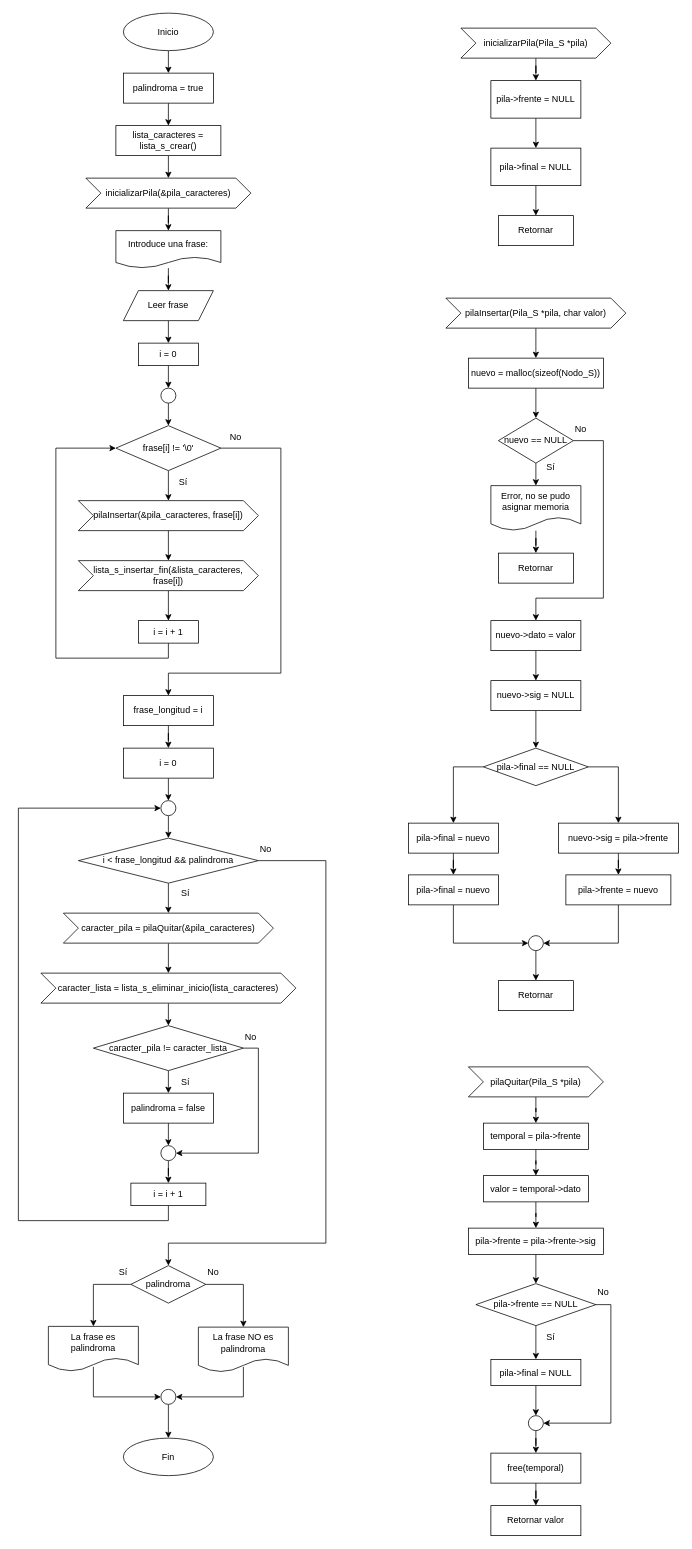
Before: fase1/actividad1/ej2/eje2.drawio in AADavilaGonzalez/tareas_ED, a draw.io diagram. Source tidied: cells renumbered, new cells numbered last; positions are measured from the earlier drawing's top-left corner, leaving out a move shared by most shapes. Both pictures are drawn from the tidied source at 75%, with x=0, y=0 at pixel (18, 13).
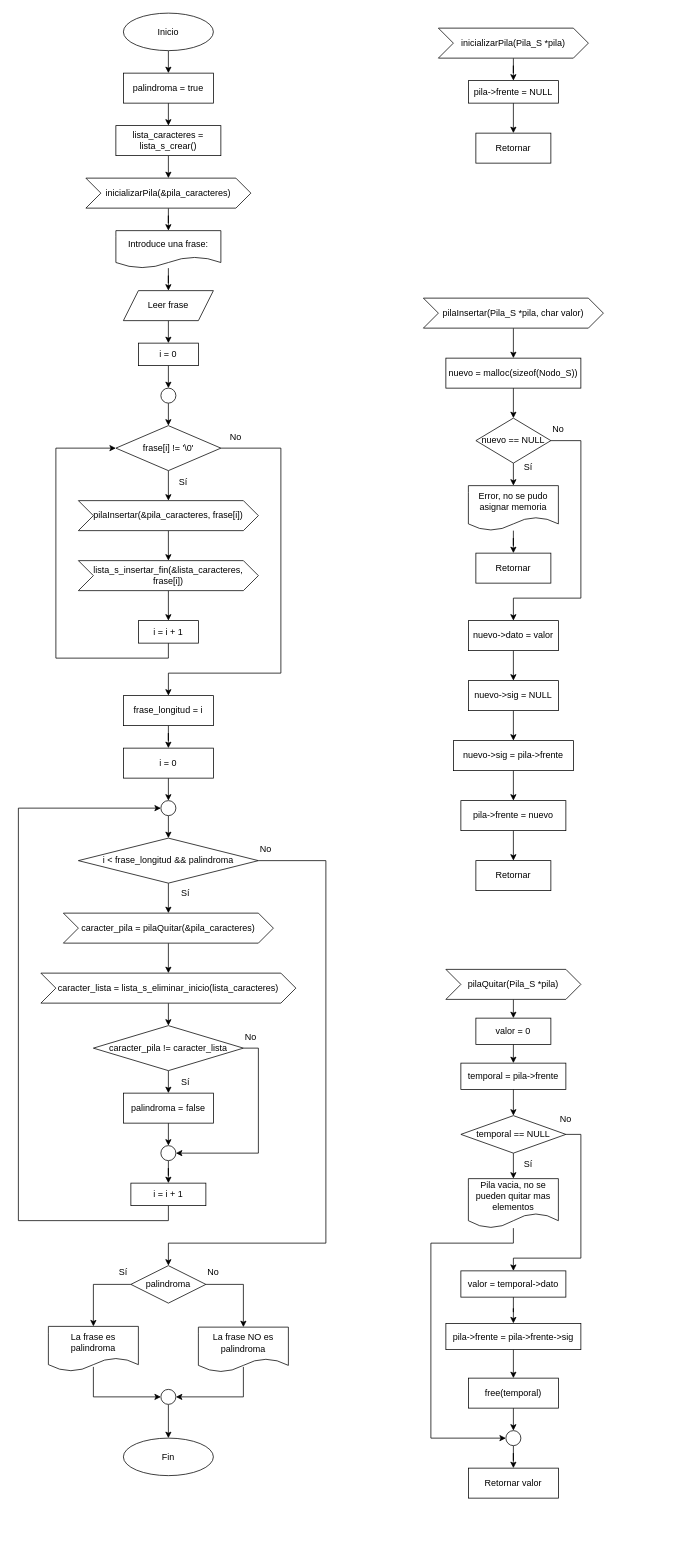
After the change.

Commit message (it also covers changes not shown here):
Ejercicio 2 arreglo diagramas y comentarios

Change to the diagram source:
```diff
@@
     <mxCell id="68" value="inicializarPila(Pila_S *pila)" style="shape=step;perimeter=stepPerimeter;whiteSpace=wrap;html=1;fixedSize=1;" parent="1" vertex="1">
-      <mxGeometry x="590" y="20" width="200" height="40" as="geometry" />
+      <mxGeometry x="560" y="20" width="200" height="40" as="geometry" />
     </mxCell>
-    <mxCell id="69" style="edgeStyle=orthogonalEdgeStyle;rounded=0;jettySize=auto;html=1;" parent="1" edge="1" source="70" target="72">
-      <mxGeometry relative="1" as="geometry" />
-    </mxCell>
+    <mxCell id="124" style="edgeStyle=orthogonalEdgeStyle;rounded=0;jettySize=auto;html=1;exitX=0.5;exitY=1;exitDx=0;exitDy=0;entryX=0.5;entryY=0;entryDx=0;entryDy=0;" parent="1" edge="1" source="70" target="73">
+      <mxGeometry relative="1" as="geometry" />
+    </mxCell>
     <mxCell id="70" value="pila-&amp;gt;frente = NULL" style="whiteSpace=wrap;html=1;" parent="1" vertex="1">
-      <mxGeometry x="630" y="90" width="120" height="50" as="geometry" />
+      <mxGeometry x="600" y="90" width="120" height="30" as="geometry" />
     </mxCell>
-    <mxCell id="71" style="edgeStyle=orthogonalEdgeStyle;rounded=0;jettySize=auto;html=1;" parent="1" edge="1" source="72" target="73">
-      <mxGeometry relative="1" as="geometry" />
-    </mxCell>
-    <mxCell id="72" value="pila-&amp;gt;final = NULL" style="whiteSpace=wrap;html=1;" parent="1" vertex="1">
-      <mxGeometry x="630" y="180" width="120" height="50" as="geometry" />
-    </mxCell>
     <mxCell id="73" value="Retornar" style="whiteSpace=wrap;html=1;" parent="1" vertex="1">
-      <mxGeometry x="640" y="270" width="100" height="40" as="geometry" />
+      <mxGeometry x="610" y="160" width="100" height="40" as="geometry" />
     </mxCell>
@@
     <mxCell id="75" value="pilaInsertar(Pila_S *pila, char valor)" style="shape=step;perimeter=stepPerimeter;whiteSpace=wrap;html=1;fixedSize=1;" parent="1" vertex="1">
-      <mxGeometry x="570" y="380" width="240" height="40" as="geometry" />
+      <mxGeometry x="540" y="380" width="240" height="40" as="geometry" />
     </mxCell>
@@
     <mxCell id="77" value="nuevo = malloc(sizeof(Nodo_S))" style="whiteSpace=wrap;html=1;" parent="1" vertex="1">
-      <mxGeometry x="600" y="460" width="180" height="40" as="geometry" />
+      <mxGeometry x="570" y="460" width="180" height="40" as="geometry" />
     </mxCell>
@@
     <mxCell id="79" style="edgeStyle=orthogonalEdgeStyle;rounded=0;jettySize=auto;html=1;exitX=1;exitY=0.5;exitDx=0;exitDy=0;entryX=0.5;entryY=0;entryDx=0;entryDy=0;" parent="1" edge="1" source="80" target="86">
       <mxGeometry relative="1" as="geometry">
         <Array as="points">
-          <mxPoint x="780" y="570" />
-          <mxPoint x="780" y="780" />
-          <mxPoint x="690" y="780" />
+          <mxPoint x="750" y="570" />
+          <mxPoint x="750" y="780" />
+          <mxPoint x="660" y="780" />
         </Array>
       </mxGeometry>
     </mxCell>
     <mxCell id="80" value="nuevo == NULL" style="rhombus;whiteSpace=wrap;html=1;" parent="1" vertex="1">
-      <mxGeometry x="640" y="540" width="100" height="60" as="geometry" />
+      <mxGeometry x="610" y="540" width="100" height="60" as="geometry" />
     </mxCell>
@@
     <mxCell id="82" value="Error, no se pudo asignar memoria" style="shape=document;whiteSpace=wrap;html=1;boundedLbl=1;" parent="1" vertex="1">
-      <mxGeometry x="630" y="630" width="120" height="60" as="geometry" />
+      <mxGeometry x="600" y="630" width="120" height="60" as="geometry" />
     </mxCell>
     <mxCell id="83" value="Retornar" style="whiteSpace=wrap;html=1;" parent="1" vertex="1">
-      <mxGeometry x="640" y="720" width="100" height="40" as="geometry" />
+      <mxGeometry x="610" y="720" width="100" height="40" as="geometry" />
     </mxCell>
     <mxCell id="84" value="Sí" style="text;html=1;align=center;verticalAlign=middle;whiteSpace=wrap;rounded=0;" parent="1" vertex="1">
-      <mxGeometry x="680" y="590" width="60" height="30" as="geometry" />
+      <mxGeometry x="650" y="590" width="60" height="30" as="geometry" />
     </mxCell>
@@
     <mxCell id="86" value="nuevo-&amp;gt;dato = valor" style="rounded=0;whiteSpace=wrap;html=1;" parent="1" vertex="1">
-      <mxGeometry x="630" y="810" width="120" height="40" as="geometry" />
+      <mxGeometry x="600" y="810" width="120" height="40" as="geometry" />
     </mxCell>
     <mxCell id="87" value="No" style="text;html=1;align=center;verticalAlign=middle;whiteSpace=wrap;rounded=0;" parent="1" vertex="1">
-      <mxGeometry x="720" y="540" width="60" height="30" as="geometry" />
+      <mxGeometry x="690" y="540" width="60" height="30" as="geometry" />
     </mxCell>
-    <mxCell id="88" style="edgeStyle=orthogonalEdgeStyle;rounded=0;jettySize=auto;html=1;exitX=0.5;exitY=1;exitDx=0;exitDy=0;entryX=0.5;entryY=0;entryDx=0;entryDy=0;" parent="1" edge="1" source="89" target="92">
-      <mxGeometry relative="1" as="geometry" />
-    </mxCell>
+    <mxCell id="125" style="edgeStyle=orthogonalEdgeStyle;rounded=0;jettySize=auto;html=1;exitX=0.5;exitY=1;exitDx=0;exitDy=0;" parent="1" edge="1" source="89" target="96">
+      <mxGeometry relative="1" as="geometry" />
+    </mxCell>
     <mxCell id="89" value="nuevo-&amp;gt;sig = NULL" style="rounded=0;whiteSpace=wrap;html=1;" parent="1" vertex="1">
-      <mxGeometry x="630" y="890" width="120" height="40" as="geometry" />
+      <mxGeometry x="600" y="890" width="120" height="40" as="geometry" />
     </mxCell>
-    <mxCell id="90" style="edgeStyle=orthogonalEdgeStyle;rounded=0;jettySize=auto;html=1;exitX=0;exitY=0.5;exitDx=0;exitDy=0;entryX=0.5;entryY=0;entryDx=0;entryDy=0;" parent="1" edge="1" source="92" target="94">
-      <mxGeometry relative="1" as="geometry" />
-    </mxCell>
-    <mxCell id="91" style="edgeStyle=orthogonalEdgeStyle;rounded=0;jettySize=auto;html=1;exitX=1;exitY=0.5;exitDx=0;exitDy=0;entryX=0.5;entryY=0;entryDx=0;entryDy=0;" parent="1" edge="1" source="92" target="96">
-      <mxGeometry relative="1" as="geometry" />
-    </mxCell>
-    <mxCell id="92" value="pila-&amp;gt;final == NULL" style="rhombus;whiteSpace=wrap;html=1;" parent="1" vertex="1">
-      <mxGeometry x="620" y="980" width="140" height="50" as="geometry" />
-    </mxCell>
-    <mxCell id="93" style="edgeStyle=orthogonalEdgeStyle;rounded=0;jettySize=auto;html=1;" parent="1" edge="1" source="94" target="98">
-      <mxGeometry relative="1" as="geometry" />
-    </mxCell>
-    <mxCell id="94" value="pila-&amp;gt;final = nuevo" style="rounded=0;whiteSpace=wrap;html=1;" parent="1" vertex="1">
-      <mxGeometry x="520" y="1080" width="120" height="40" as="geometry" />
-    </mxCell>
@@
     <mxCell id="96" value="nuevo-&amp;gt;sig = pila-&amp;gt;frente" style="rounded=0;whiteSpace=wrap;html=1;" parent="1" vertex="1">
-      <mxGeometry x="720" y="1080" width="160" height="40" as="geometry" />
+      <mxGeometry x="580" y="970" width="160" height="40" as="geometry" />
     </mxCell>
-    <mxCell id="97" style="edgeStyle=orthogonalEdgeStyle;rounded=0;jettySize=auto;html=1;exitX=0.5;exitY=1;exitDx=0;exitDy=0;entryX=0;entryY=0.5;entryDx=0;entryDy=0;" parent="1" edge="1" source="98" target="102">
-      <mxGeometry relative="1" as="geometry" />
-    </mxCell>
-    <mxCell id="98" value="pila-&amp;gt;final = nuevo" style="rounded=0;whiteSpace=wrap;html=1;" parent="1" vertex="1">
-      <mxGeometry x="520" y="1149" width="120" height="40" as="geometry" />
-    </mxCell>
-    <mxCell id="99" style="edgeStyle=orthogonalEdgeStyle;rounded=0;jettySize=auto;html=1;exitX=0.5;exitY=1;exitDx=0;exitDy=0;entryX=1;entryY=0.5;entryDx=0;entryDy=0;" parent="1" edge="1" source="100" target="102">
-      <mxGeometry relative="1" as="geometry" />
-    </mxCell>
+    <mxCell id="126" style="edgeStyle=orthogonalEdgeStyle;rounded=0;jettySize=auto;html=1;exitX=0.5;exitY=1;exitDx=0;exitDy=0;entryX=0.5;entryY=0;entryDx=0;entryDy=0;" parent="1" edge="1" source="100" target="103">
+      <mxGeometry relative="1" as="geometry" />
+    </mxCell>
     <mxCell id="100" value="pila-&amp;gt;frente = nuevo" style="rounded=0;whiteSpace=wrap;html=1;" parent="1" vertex="1">
-      <mxGeometry x="730" y="1149" width="140" height="40" as="geometry" />
+      <mxGeometry x="590" y="1050" width="140" height="40" as="geometry" />
     </mxCell>
-    <mxCell id="101" style="edgeStyle=orthogonalEdgeStyle;rounded=0;jettySize=auto;html=1;" parent="1" edge="1" source="102" target="103">
-      <mxGeometry relative="1" as="geometry" />
-    </mxCell>
-    <mxCell id="102" style="ellipse;whiteSpace=wrap;html=1;" parent="1" vertex="1">
-      <mxGeometry x="680" y="1230" width="20" height="20" as="geometry" />
-    </mxCell>
     <mxCell id="103" value="Retornar" style="whiteSpace=wrap;html=1;" parent="1" vertex="1">
-      <mxGeometry x="640" y="1290" width="100" height="40" as="geometry" />
+      <mxGeometry x="610" y="1130" width="100" height="40" as="geometry" />
     </mxCell>
-    <mxCell id="104" style="edgeStyle=orthogonalEdgeStyle;rounded=0;jettySize=auto;html=1;" parent="1" edge="1" source="105" target="107">
-      <mxGeometry relative="1" as="geometry" />
-    </mxCell>
+    <mxCell id="127" style="edgeStyle=orthogonalEdgeStyle;rounded=0;jettySize=auto;html=1;exitX=0.5;exitY=1;exitDx=0;exitDy=0;entryX=0.5;entryY=0;entryDx=0;entryDy=0;" parent="1" edge="1" source="105" target="138">
+      <mxGeometry relative="1" as="geometry" />
+    </mxCell>
     <mxCell id="105" value="pilaQuitar(Pila_S *pila)" style="shape=step;perimeter=stepPerimeter;whiteSpace=wrap;html=1;fixedSize=1;" parent="1" vertex="1">
-      <mxGeometry x="600" y="1405" width="180" height="40" as="geometry" />
+      <mxGeometry x="570" y="1275" width="180" height="40" as="geometry" />
     </mxCell>
-    <mxCell id="106" style="edgeStyle=orthogonalEdgeStyle;rounded=0;jettySize=auto;html=1;" parent="1" edge="1" source="107" target="109">
-      <mxGeometry relative="1" as="geometry" />
-    </mxCell>
+    <mxCell id="128" style="edgeStyle=orthogonalEdgeStyle;rounded=0;jettySize=auto;html=1;exitX=0.5;exitY=1;exitDx=0;exitDy=0;entryX=0.5;entryY=0;entryDx=0;entryDy=0;" parent="1" edge="1" source="107" target="134">
+      <mxGeometry relative="1" as="geometry" />
+    </mxCell>
     <mxCell id="107" value="temporal = pila-&amp;gt;frente" style="whiteSpace=wrap;html=1;" parent="1" vertex="1">
-      <mxGeometry x="620" y="1480" width="140" height="35" as="geometry" />
+      <mxGeometry x="590" y="1400" width="140" height="35" as="geometry" />
     </mxCell>
@@
     <mxCell id="109" value="valor = temporal-&amp;gt;dato" style="whiteSpace=wrap;html=1;" parent="1" vertex="1">
-      <mxGeometry x="620" y="1550" width="140" height="35" as="geometry" />
+      <mxGeometry x="590" y="1677" width="140" height="35" as="geometry" />
     </mxCell>
-    <mxCell id="110" style="edgeStyle=orthogonalEdgeStyle;rounded=0;jettySize=auto;html=1;exitX=0.5;exitY=1;exitDx=0;exitDy=0;entryX=0.5;entryY=0;entryDx=0;entryDy=0;" parent="1" edge="1" source="111" target="114">
-      <mxGeometry relative="1" as="geometry" />
-    </mxCell>
+    <mxCell id="129" style="edgeStyle=orthogonalEdgeStyle;rounded=0;jettySize=auto;html=1;exitX=0.5;exitY=1;exitDx=0;exitDy=0;entryX=0.5;entryY=0;entryDx=0;entryDy=0;" parent="1" edge="1" source="111" target="122">
+      <mxGeometry relative="1" as="geometry" />
+    </mxCell>
     <mxCell id="111" value="pila-&amp;gt;frente = pila-&amp;gt;frente-&amp;gt;sig" style="whiteSpace=wrap;html=1;" parent="1" vertex="1">
-      <mxGeometry x="600" y="1620" width="180" height="35" as="geometry" />
+      <mxGeometry x="570" y="1747" width="180" height="35" as="geometry" />
     </mxCell>
-    <mxCell id="112" style="edgeStyle=orthogonalEdgeStyle;rounded=0;jettySize=auto;html=1;" parent="1" edge="1" source="114" target="116">
-      <mxGeometry relative="1" as="geometry" />
-    </mxCell>
-    <mxCell id="113" style="edgeStyle=orthogonalEdgeStyle;rounded=0;jettySize=auto;html=1;exitX=1;exitY=0.5;exitDx=0;exitDy=0;entryX=1;entryY=0.5;entryDx=0;entryDy=0;" parent="1" edge="1" source="114" target="119">
-      <mxGeometry relative="1" as="geometry" />
-    </mxCell>
-    <mxCell id="114" value="pila-&amp;gt;frente == NULL" style="rhombus;whiteSpace=wrap;html=1;" parent="1" vertex="1">
-      <mxGeometry x="610" y="1694" width="160" height="56" as="geometry" />
-    </mxCell>
-    <mxCell id="115" style="edgeStyle=orthogonalEdgeStyle;rounded=0;jettySize=auto;html=1;exitX=0.5;exitY=1;exitDx=0;exitDy=0;entryX=0.5;entryY=0;entryDx=0;entryDy=0;" parent="1" edge="1" source="116" target="119">
-      <mxGeometry relative="1" as="geometry" />
-    </mxCell>
-    <mxCell id="116" value="pila-&amp;gt;final = NULL" style="whiteSpace=wrap;html=1;" parent="1" vertex="1">
-      <mxGeometry x="630" y="1795" width="120" height="35" as="geometry" />
-    </mxCell>
     <mxCell id="117" value="Sí" style="text;html=1;align=center;verticalAlign=middle;whiteSpace=wrap;rounded=0;" parent="1" vertex="1">
-      <mxGeometry x="680" y="1750" width="60" height="30" as="geometry" />
+      <mxGeometry x="650" y="1520" width="60" height="30" as="geometry" />
     </mxCell>
-    <mxCell id="118" style="edgeStyle=orthogonalEdgeStyle;rounded=0;jettySize=auto;html=1;" parent="1" edge="1" source="119" target="122">
-      <mxGeometry relative="1" as="geometry" />
-    </mxCell>
+    <mxCell id="130" style="edgeStyle=orthogonalEdgeStyle;rounded=0;jettySize=auto;html=1;exitX=0.5;exitY=1;exitDx=0;exitDy=0;" parent="1" edge="1" source="119" target="123">
+      <mxGeometry relative="1" as="geometry" />
+    </mxCell>
     <mxCell id="119" style="ellipse;whiteSpace=wrap;html=1;" parent="1" vertex="1">
-      <mxGeometry x="680" y="1870" width="20" height="20" as="geometry" />
+      <mxGeometry x="650" y="1890" width="20" height="20" as="geometry" />
     </mxCell>
     <mxCell id="120" value="No" style="text;html=1;align=center;verticalAlign=middle;whiteSpace=wrap;rounded=0;" parent="1" vertex="1">
-      <mxGeometry x="750" y="1690" width="60" height="30" as="geometry" />
+      <mxGeometry x="700" y="1460" width="60" height="30" as="geometry" />
     </mxCell>
-    <mxCell id="121" style="edgeStyle=orthogonalEdgeStyle;rounded=0;jettySize=auto;html=1;" parent="1" edge="1" source="122" target="123">
-      <mxGeometry relative="1" as="geometry" />
-    </mxCell>
+    <mxCell id="131" style="edgeStyle=orthogonalEdgeStyle;rounded=0;jettySize=auto;html=1;exitX=0.5;exitY=1;exitDx=0;exitDy=0;entryX=0.5;entryY=0;entryDx=0;entryDy=0;" parent="1" edge="1" source="122" target="119">
+      <mxGeometry relative="1" as="geometry" />
+    </mxCell>
     <mxCell id="122" value="free(temporal)" style="whiteSpace=wrap;html=1;" parent="1" vertex="1">
-      <mxGeometry x="630" y="1920" width="120" height="40" as="geometry" />
+      <mxGeometry x="600" y="1820" width="120" height="40" as="geometry" />
     </mxCell>
     <mxCell id="123" value="Retornar valor" style="whiteSpace=wrap;html=1;" parent="1" vertex="1">
-      <mxGeometry x="630" y="1990" width="120" height="40" as="geometry" />
+      <mxGeometry x="600" y="1940" width="120" height="40" as="geometry" />
     </mxCell>
+    <mxCell id="132" style="edgeStyle=orthogonalEdgeStyle;rounded=0;jettySize=auto;html=1;exitX=0.5;exitY=1;exitDx=0;exitDy=0;entryX=0.5;entryY=0;entryDx=0;entryDy=0;" parent="1" edge="1" source="134" target="136">
+      <mxGeometry relative="1" as="geometry" />
+    </mxCell>
+    <mxCell id="133" style="edgeStyle=orthogonalEdgeStyle;rounded=0;jettySize=auto;html=1;exitX=1;exitY=0.5;exitDx=0;exitDy=0;entryX=0.5;entryY=0;entryDx=0;entryDy=0;" parent="1" edge="1" source="134" target="109">
+      <mxGeometry relative="1" as="geometry">
+        <Array as="points">
+          <mxPoint x="750" y="1495" />
+          <mxPoint x="750" y="1660" />
+          <mxPoint x="660" y="1660" />
+        </Array>
+      </mxGeometry>
+    </mxCell>
+    <mxCell id="134" value="temporal == NULL" style="rhombus;whiteSpace=wrap;html=1;" parent="1" vertex="1">
+      <mxGeometry x="590" y="1470" width="140" height="50" as="geometry" />
+    </mxCell>
+    <mxCell id="135" style="edgeStyle=orthogonalEdgeStyle;rounded=0;jettySize=auto;html=1;entryX=0;entryY=0.5;entryDx=0;entryDy=0;" parent="1" edge="1" source="136" target="119">
+      <mxGeometry relative="1" as="geometry">
+        <Array as="points">
+          <mxPoint x="660" y="1640" />
+          <mxPoint x="550" y="1640" />
+          <mxPoint x="550" y="1900" />
+        </Array>
+      </mxGeometry>
+    </mxCell>
+    <mxCell id="136" value="Pila vacia, no se pueden quitar mas elementos" style="shape=document;whiteSpace=wrap;html=1;boundedLbl=1;" parent="1" vertex="1">
+      <mxGeometry x="600" y="1554" width="120" height="66" as="geometry" />
+    </mxCell>
+    <mxCell id="137" style="edgeStyle=orthogonalEdgeStyle;rounded=0;jettySize=auto;html=1;exitX=0.5;exitY=1;exitDx=0;exitDy=0;entryX=0.5;entryY=0;entryDx=0;entryDy=0;" parent="1" edge="1" source="138" target="107">
+      <mxGeometry relative="1" as="geometry" />
+    </mxCell>
+    <mxCell id="138" value="valor = 0" style="whiteSpace=wrap;html=1;" parent="1" vertex="1">
+      <mxGeometry x="610" y="1340" width="100" height="35" as="geometry" />
+    </mxCell>
```
